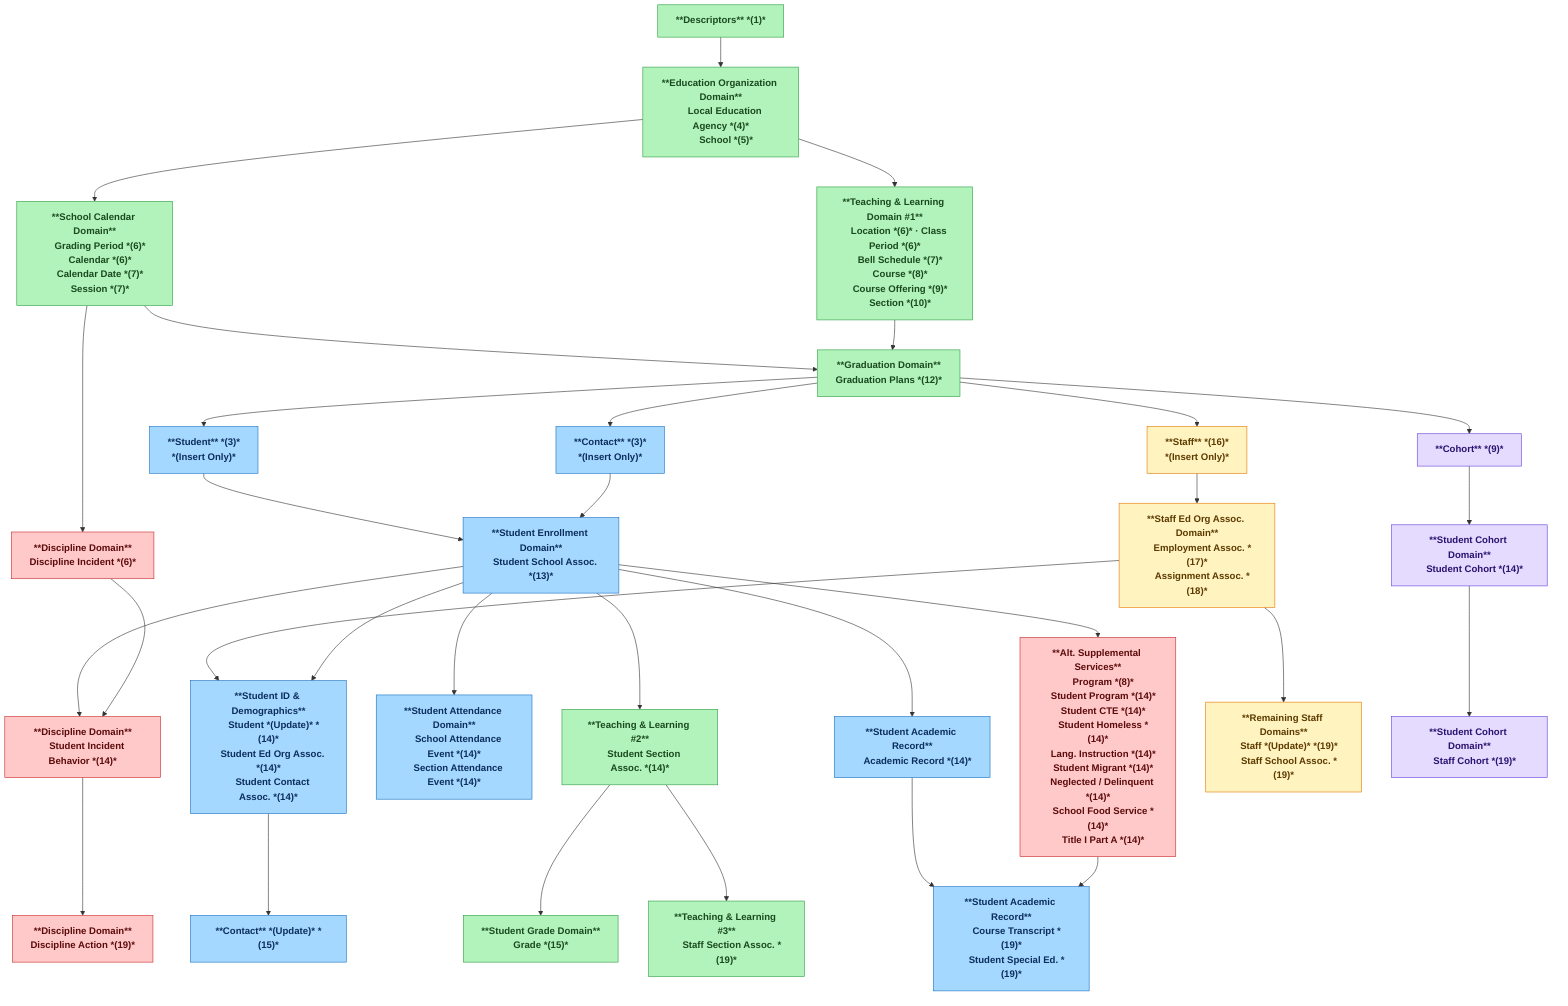
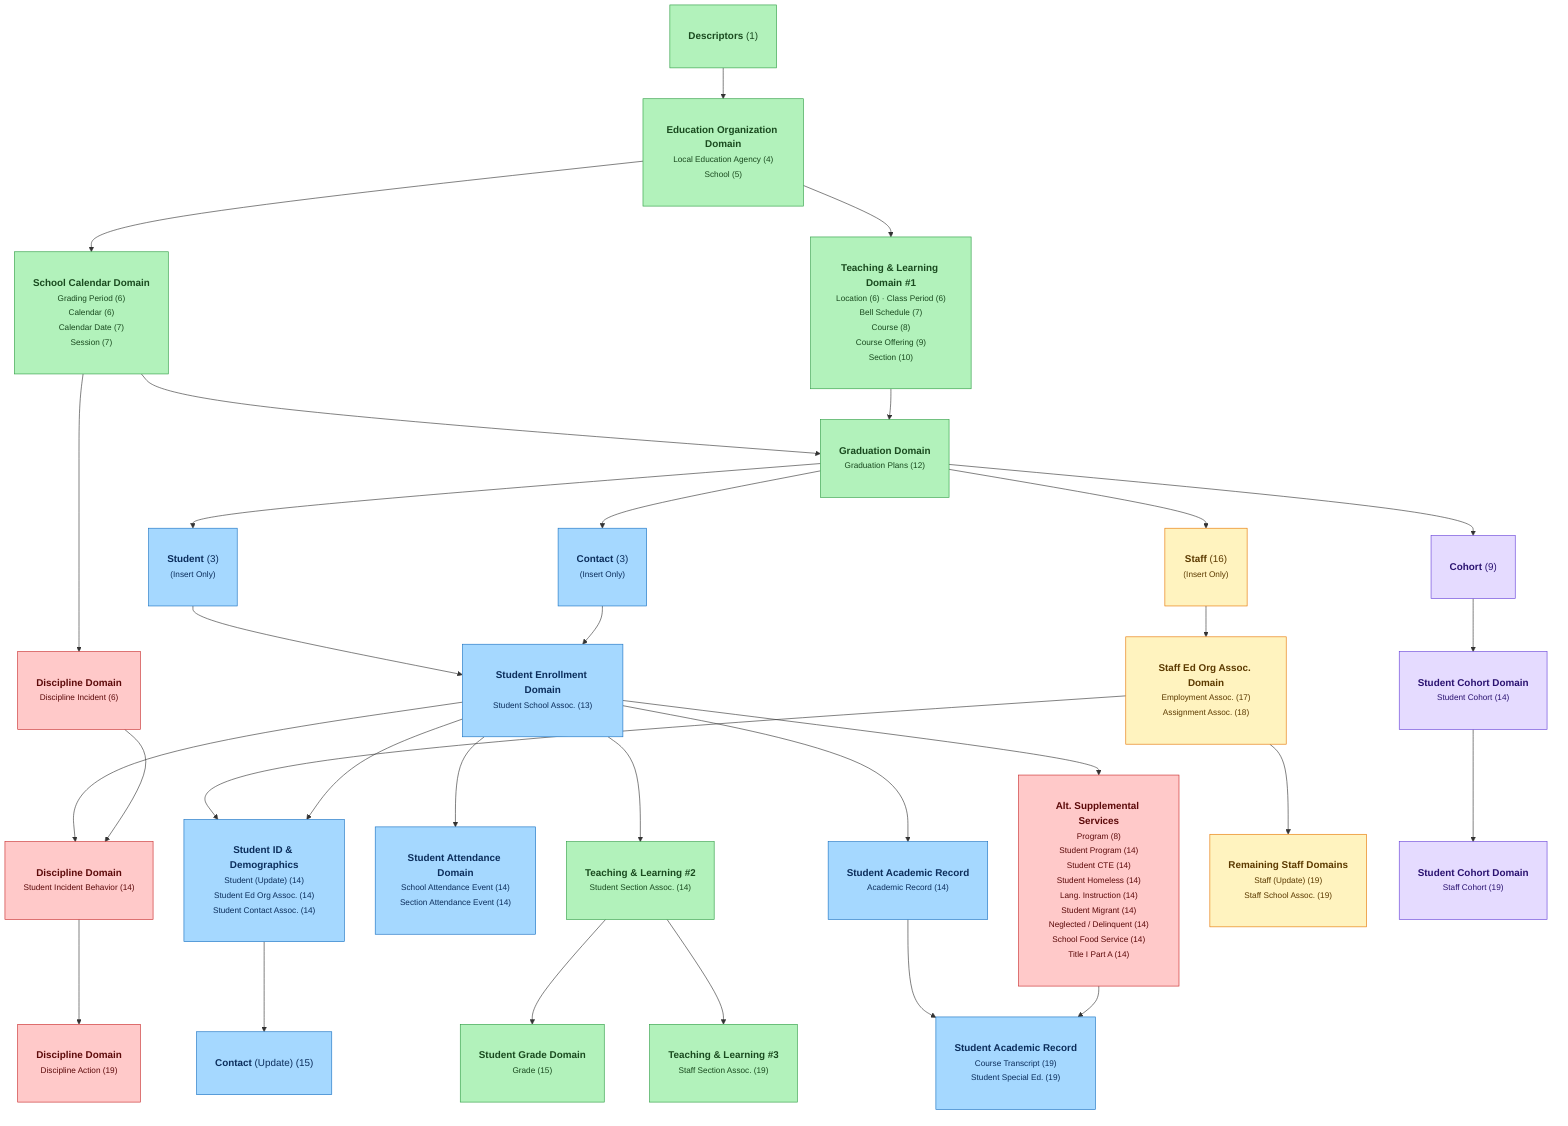
%%{init: { 'flowchart': {'htmlLabels': true} } }%%
flowchart TD
    %% ─── Styles ───────────────────────────────────────────────────
-     classDef core    fill:#b2f2bb,stroke:#2f9e44,color:#1a4a1f,font-weight:bold
-     classDef student fill:#a5d8ff,stroke:#1971c2,color:#0c2e5c,font-weight:bold
-     classDef staff   fill:#fff3bf,stroke:#e67700,color:#5c3a00,font-weight:bold
-     classDef supp    fill:#ffc9c9,stroke:#c92a2a,color:#5c0a0a,font-weight:bold
-     classDef cohort  fill:#e5dbff,stroke:#6741d9,color:#2a1270,font-weight:bold
+     classDef core    fill:#b2f2bb,stroke:#2f9e44,color:#1a4a1f,padding:10px 16px,border-radius:6px
+     classDef student fill:#a5d8ff,stroke:#1971c2,color:#0c2e5c,padding:10px 16px,border-radius:6px
+     classDef staff   fill:#fff3bf,stroke:#e67700,color:#5c3a00,padding:10px 16px,border-radius:6px
+     classDef supp    fill:#ffc9c9,stroke:#c92a2a,color:#5c0a0a,padding:10px 16px,border-radius:6px
+     classDef cohort  fill:#e5dbff,stroke:#6741d9,color:#2a1270,padding:10px 16px,border-radius:6px

    %% ─── Tier 1 ───────────────────────────────────────────────────
-     DESC["**Descriptors** *(1)*"]:::core
+     DESC["<b>Descriptors</b> (1)"]:::core

    %% ─── Tier 2 ───────────────────────────────────────────────────
-     EDORG["**Education Organization Domain**
-     Local Education Agency *(4)*
-     School *(5)*"]:::core
+     EDORG["<b>Education Organization Domain</b><br/><small>Local Education Agency (4)</small><br/><small>School (5)</small>"]:::core

    %% ─── Tier 3 — parallel ────────────────────────────────────────
-     CAL["**School Calendar Domain**
-     Grading Period *(6)*
-     Calendar *(6)*
-     Calendar Date *(7)*
-     Session *(7)*"]:::core
+     CAL["<b>School Calendar Domain</b><br/><small>Grading Period (6)</small><br/><small>Calendar (6)</small><br/><small>Calendar Date (7)</small><br/><small>Session (7)</small>"]:::core

-     TL1["**Teaching & Learning Domain #1**
-     Location *(6)* · Class Period *(6)*
-     Bell Schedule *(7)*
-     Course *(8)*
-     Course Offering *(9)*
-     Section *(10)*"]:::core
+     TL1["<b>Teaching &amp; Learning Domain #1</b><br/><small>Location (6) · Class Period (6)</small><br/><small>Bell Schedule (7)</small><br/><small>Course (8)</small><br/><small>Course Offering (9)</small><br/><small>Section (10)</small>"]:::core

    %% ─── Discipline Incident hangs early ──────────────────────────
-     DISCI["**Discipline Domain**
-     Discipline Incident *(6)*"]:::supp
+     DISCI["<b>Discipline Domain</b><br/><small>Discipline Incident (6)</small>"]:::supp

    %% ─── Tier 4 ───────────────────────────────────────────────────
-     GRAD["**Graduation Domain**
-     Graduation Plans *(12)*"]:::core
+     GRAD["<b>Graduation Domain</b><br/><small>Graduation Plans (12)</small>"]:::core

    %% ─── Tier 5 — four parallel branches ──────────────────────────
-     STAFF["**Staff** *(16)*
-     *(Insert Only)*"]:::staff
+     STAFF["<b>Staff</b> (16)<br/><small>(Insert Only)</small>"]:::staff

-     COH9["**Cohort** *(9)*"]:::cohort
+     COH9["<b>Cohort</b> (9)"]:::cohort

-     STU["**Student** *(3)*
-     *(Insert Only)*"]:::student
+     STU["<b>Student</b> (3)<br/><small>(Insert Only)</small>"]:::student

-     CONT["**Contact** *(3)*
-     *(Insert Only)*"]:::student
+     CONT["<b>Contact</b> (3)<br/><small>(Insert Only)</small>"]:::student

    %% ─── Tier 6 ───────────────────────────────────────────────────
-     STAFFEDORG["**Staff Ed Org Assoc. Domain**
-     Employment Assoc. *(17)*
-     Assignment Assoc. *(18)*"]:::staff
+     STAFFEDORG["<b>Staff Ed Org Assoc. Domain</b><br/><small>Employment Assoc. (17)</small><br/><small>Assignment Assoc. (18)</small>"]:::staff

-     ENROLL["**Student Enrollment Domain**
-     Student School Assoc. *(13)*"]:::student
+     ENROLL["<b>Student Enrollment Domain</b><br/><small>Student School Assoc. (13)</small>"]:::student

    %% ─── Tier 7 — Dependency order 14 (parallel) ──────────────────
-     STUDENTID["**Student ID & Demographics**
-     Student *(Update)* *(14)*
-     Student Ed Org Assoc. *(14)*
-     Student Contact Assoc. *(14)*"]:::student
+     STUDENTID["<b>Student ID &amp; Demographics</b><br/><small>Student (Update) (14)</small><br/><small>Student Ed Org Assoc. (14)</small><br/><small>Student Contact Assoc. (14)</small>"]:::student

-     COH14["**Student Cohort Domain**
-     Student Cohort *(14)*"]:::cohort
+     COH14["<b>Student Cohort Domain</b><br/><small>Student Cohort (14)</small>"]:::cohort

-     TL2["**Teaching & Learning #2**
-     Student Section Assoc. *(14)*"]:::core
+     TL2["<b>Teaching &amp; Learning #2</b><br/><small>Student Section Assoc. (14)</small>"]:::core

-     ATT["**Student Attendance Domain**
-     School Attendance Event *(14)*
-     Section Attendance Event *(14)*"]:::student
+     ATT["<b>Student Attendance Domain</b><br/><small>School Attendance Event (14)</small><br/><small>Section Attendance Event (14)</small>"]:::student

-     DIS14["**Discipline Domain**
-     Student Incident Behavior *(14)*"]:::supp
+     DIS14["<b>Discipline Domain</b><br/><small>Student Incident Behavior (14)</small>"]:::supp

-     ACADREC["**Student Academic Record**
-     Academic Record *(14)*"]:::student
+     ACADREC["<b>Student Academic Record</b><br/><small>Academic Record (14)</small>"]:::student

-     ALTSUPP["**Alt. Supplemental Services**
-     Program *(8)*
-     Student Program *(14)*
-     Student CTE *(14)*
-     Student Homeless *(14)*
-     Lang. Instruction *(14)*
-     Student Migrant *(14)*
-     Neglected / Delinquent *(14)*
-     School Food Service *(14)*
-     Title I Part A *(14)*"]:::supp
+     ALTSUPP["<b>Alt. Supplemental Services</b><br/><small>Program (8)</small><br/><small>Student Program (14)</small><br/><small>Student CTE (14)</small><br/><small>Student Homeless (14)</small><br/><small>Lang. Instruction (14)</small><br/><small>Student Migrant (14)</small><br/><small>Neglected / Delinquent (14)</small><br/><small>School Food Service (14)</small><br/><small>Title I Part A (14)</small>"]:::supp

    %% ─── Tier 8 — Dependency order 15 ────────────────────────────
-     CONTUPD["**Contact** *(Update)* *(15)*"]:::student
-     GRADE["**Student Grade Domain**
-     Grade *(15)*"]:::core
+     CONTUPD["<b>Contact</b> (Update) (15)"]:::student
+     GRADE["<b>Student Grade Domain</b><br/><small>Grade (15)</small>"]:::core

    %% ─── Tier 9 — Dependency order 19 ────────────────────────────
-     STAFFREM["**Remaining Staff Domains**
-     Staff *(Update)* *(19)*
-     Staff School Assoc. *(19)*"]:::staff
+     STAFFREM["<b>Remaining Staff Domains</b><br/><small>Staff (Update) (19)</small><br/><small>Staff School Assoc. (19)</small>"]:::staff

-     STAFFSEC["**Teaching & Learning #3**
-     Staff Section Assoc. *(19)*"]:::core
+     STAFFSEC["<b>Teaching &amp; Learning #3</b><br/><small>Staff Section Assoc. (19)</small>"]:::core

-     STAFFCOH["**Student Cohort Domain**
-     Staff Cohort *(19)*"]:::cohort
+     STAFFCOH["<b>Student Cohort Domain</b><br/><small>Staff Cohort (19)</small>"]:::cohort

-     TRANSCRIPT["**Student Academic Record**
-     Course Transcript *(19)*
-     Student Special Ed. *(19)*"]:::student
+     TRANSCRIPT["<b>Student Academic Record</b><br/><small>Course Transcript (19)</small><br/><small>Student Special Ed. (19)</small>"]:::student

-     DISACTION["**Discipline Domain**
-     Discipline Action *(19)*"]:::supp
+     DISACTION["<b>Discipline Domain</b><br/><small>Discipline Action (19)</small>"]:::supp

    %% ─── Connections ───────────────────────────────────────────────
    DESC --> EDORG

    EDORG --> CAL
    EDORG --> TL1

    CAL --> DISCI
    CAL --> GRAD
    TL1 --> GRAD

    GRAD --> STAFF
    GRAD --> COH9
    GRAD --> STU
    GRAD --> CONT

    STAFF --> STAFFEDORG
    STU --> ENROLL
    CONT --> ENROLL

    STAFFEDORG --> STUDENTID
    COH9 --> COH14
    ENROLL --> STUDENTID
    ENROLL --> TL2
    ENROLL --> ATT
    ENROLL --> DIS14
    ENROLL --> ACADREC
    ENROLL --> ALTSUPP
    DISCI --> DIS14

    STUDENTID --> CONTUPD
    TL2 --> GRADE

    STAFFEDORG --> STAFFREM
    TL2 --> STAFFSEC
    COH14 --> STAFFCOH
    ACADREC --> TRANSCRIPT
    ALTSUPP --> TRANSCRIPT
    DIS14 --> DISACTION
